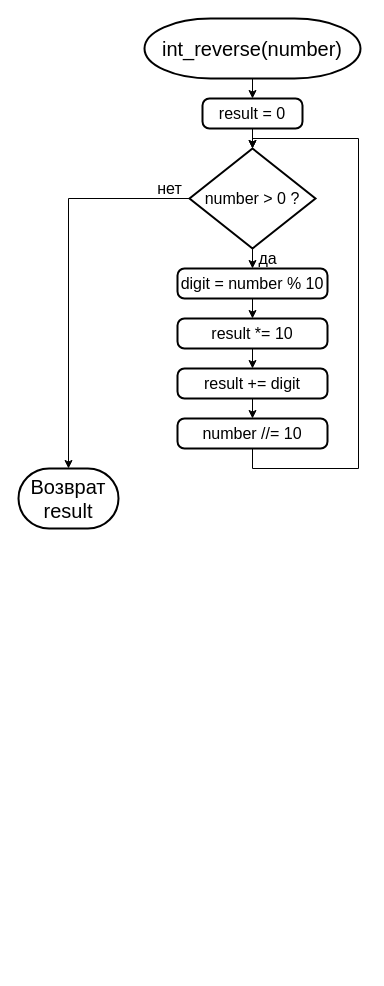
Before: les_2_task_3.drawio in nglaz0v/Python_Algorithms, a draw.io diagram. Source tidied: cells renumbered, new cells numbered last; positions are measured from the earlier drawing's top-left corner, leaving out a move shared by most shapes. Both pictures are drawn from the tidied source at 100%, with x=0, y=0 at pixel (18, 18).
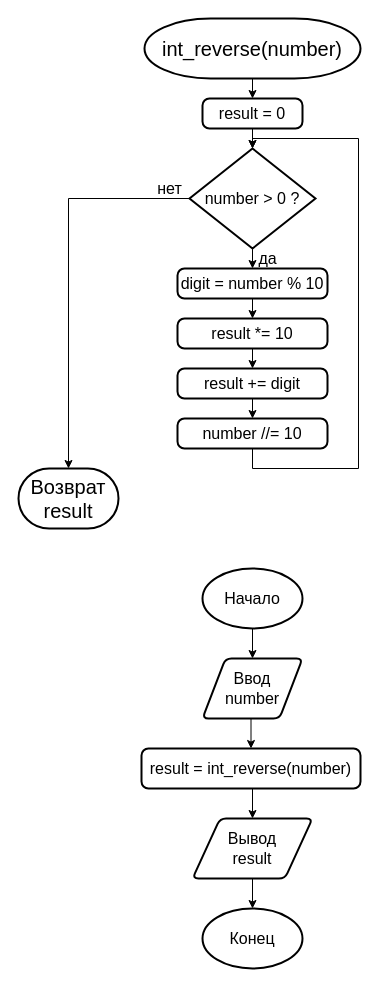
The same diagram, later.

The edit, as a diff of the source:
```diff
@@
+    <mxCell id="20" style="edgeStyle=orthogonalEdgeStyle;rounded=0;jettySize=auto;html=1;exitX=0.5;exitY=1;exitDx=0;exitDy=0;exitPerimeter=0;entryX=0.5;entryY=0;entryDx=0;entryDy=0;fontSize=16;" parent="1" edge="1" source="21" target="23">
+      <mxGeometry relative="1" as="geometry" />
+    </mxCell>
+    <mxCell id="21" value="Начало" style="strokeWidth=2;html=1;shape=mxgraph.flowchart.start_1;whiteSpace=wrap;fontSize=16;" parent="1" vertex="1">
+      <mxGeometry x="184" y="550" width="100" height="60" as="geometry" />
+    </mxCell>
+    <mxCell id="22" style="edgeStyle=orthogonalEdgeStyle;rounded=0;jettySize=auto;html=1;exitX=0.5;exitY=1;exitDx=0;exitDy=0;entryX=0.5;entryY=0;entryDx=0;entryDy=0;fontSize=16;" parent="1" edge="1" source="23" target="25">
+      <mxGeometry relative="1" as="geometry" />
+    </mxCell>
+    <mxCell id="23" value="Ввод&lt;br&gt;number" style="shape=parallelogram;html=1;strokeWidth=2;perimeter=parallelogramPerimeter;whiteSpace=wrap;rounded=1;arcSize=12;size=0.23;fontSize=16;" parent="1" vertex="1">
+      <mxGeometry x="184" y="640" width="100" height="60" as="geometry" />
+    </mxCell>
+    <mxCell id="24" style="edgeStyle=orthogonalEdgeStyle;rounded=0;jettySize=auto;html=1;exitX=0.5;exitY=1;exitDx=0;exitDy=0;entryX=0.5;entryY=0;entryDx=0;entryDy=0;fontSize=16;" parent="1" edge="1" source="25" target="27">
+      <mxGeometry relative="1" as="geometry" />
+    </mxCell>
+    <mxCell id="25" value="result = int_reverse(number)" style="rounded=1;whiteSpace=wrap;html=1;absoluteArcSize=1;arcSize=14;strokeWidth=2;fontSize=16;" parent="1" vertex="1">
+      <mxGeometry x="123" y="730" width="219" height="40" as="geometry" />
+    </mxCell>
+    <mxCell id="26" style="edgeStyle=orthogonalEdgeStyle;rounded=0;jettySize=auto;html=1;exitX=0.5;exitY=1;exitDx=0;exitDy=0;entryX=0.5;entryY=0;entryDx=0;entryDy=0;entryPerimeter=0;fontSize=16;" parent="1" edge="1" source="27" target="28">
+      <mxGeometry relative="1" as="geometry" />
+    </mxCell>
+    <mxCell id="27" value="Вывод&lt;br&gt;result" style="shape=parallelogram;html=1;strokeWidth=2;perimeter=parallelogramPerimeter;whiteSpace=wrap;rounded=1;arcSize=12;size=0.23;fontSize=16;" parent="1" vertex="1">
+      <mxGeometry x="174" y="800" width="120" height="60" as="geometry" />
+    </mxCell>
+    <mxCell id="28" value="Конец" style="strokeWidth=2;html=1;shape=mxgraph.flowchart.start_1;whiteSpace=wrap;fontSize=16;" parent="1" vertex="1">
+      <mxGeometry x="184" y="890" width="100" height="60" as="geometry" />
+    </mxCell>
```
